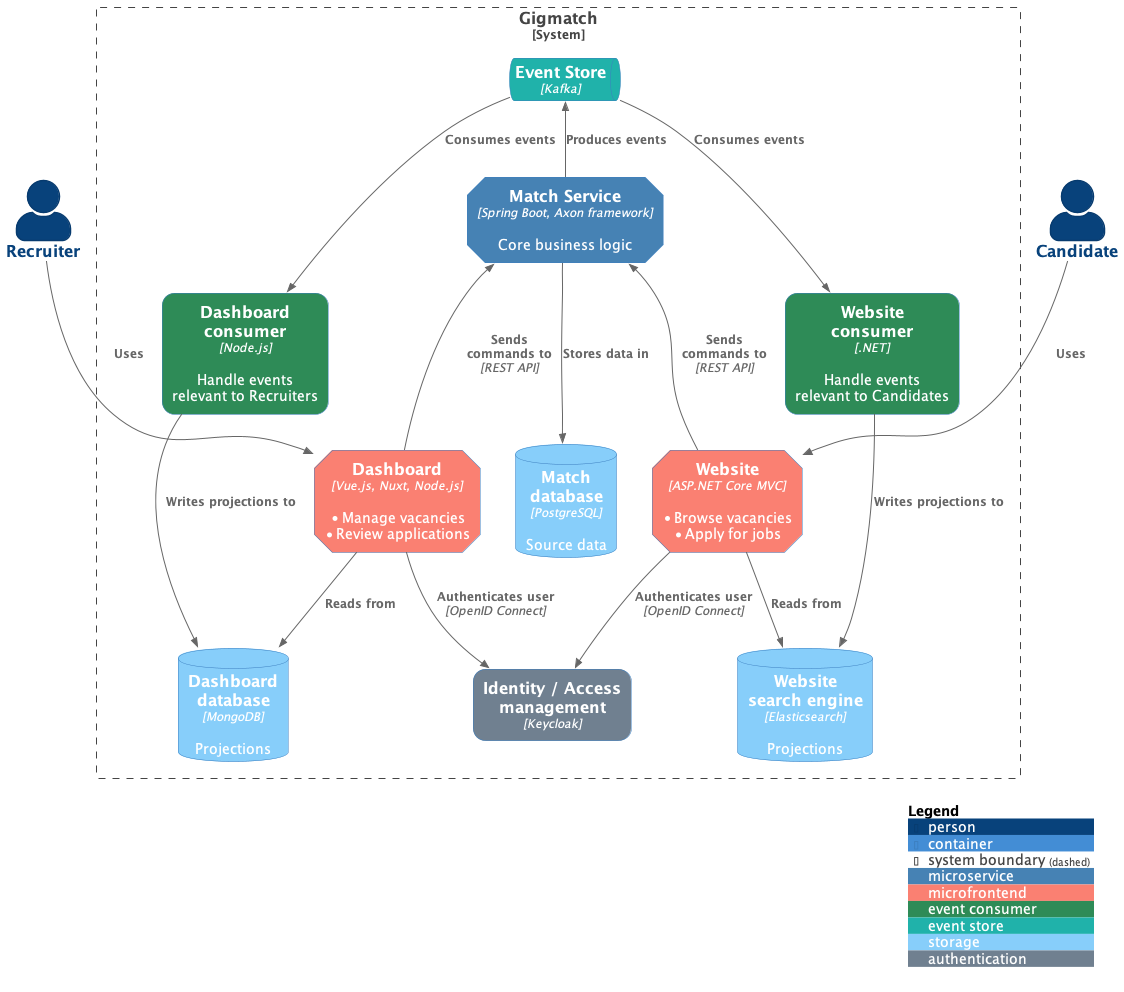
Above: diagrams/overview.png in laurens-runnable/gigmatch (PlantUML), before the change.
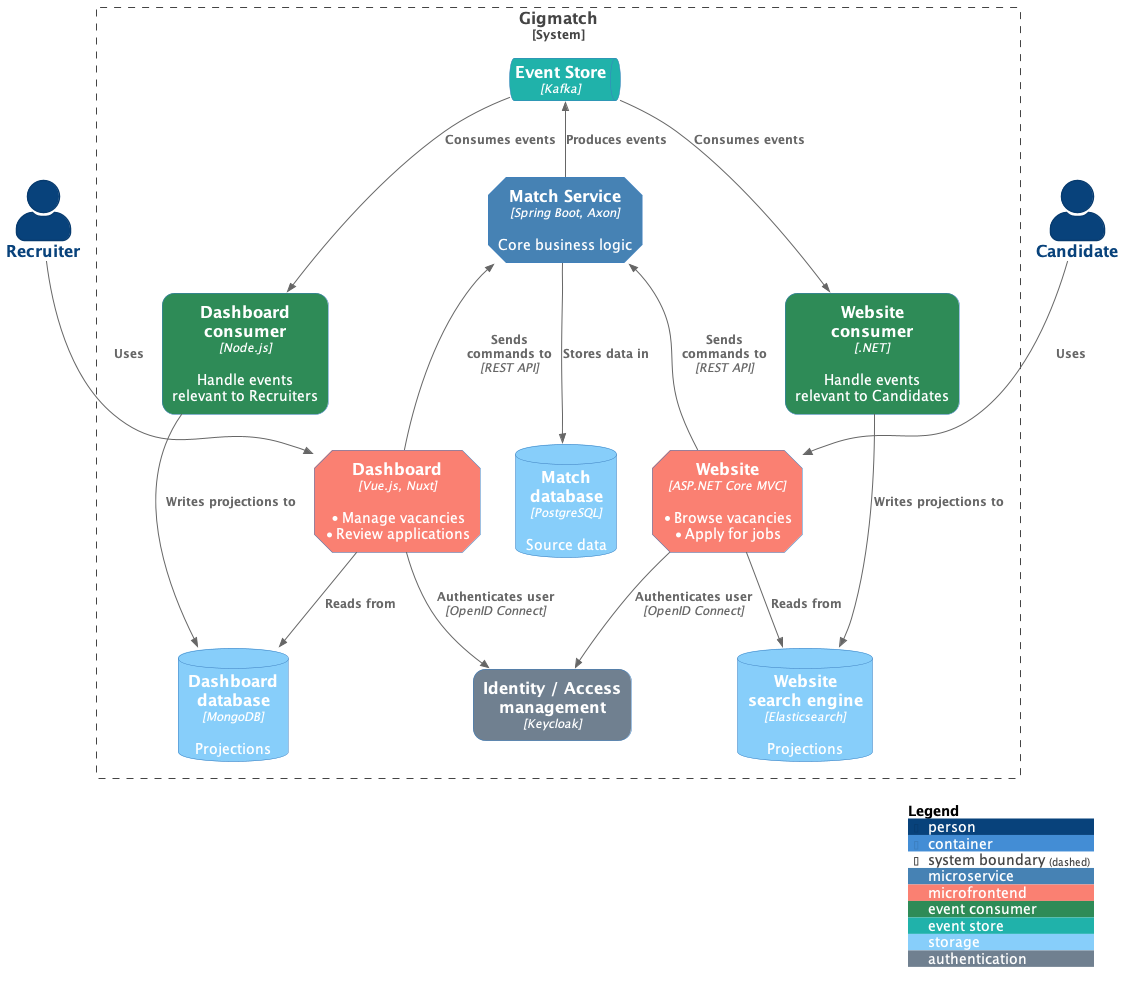
Later version of the same file.

Diff of the diagram source:
```diff
@@ -16,11 +16,11 @@
 System_Boundary(c1, "Gigmatch") {
     ContainerQueue(event_store, "Event Store", "Kafka", $tags = "eventstore")
 
-    Container(dashboard, "Dashboard", "Vue.js, Nuxt, Node.js", "* Manage vacancies\n*Review applications", $tags = "microfrontend")
+    Container(dashboard, "Dashboard", "Vue.js, Nuxt", "* Manage vacancies\n*Review applications", $tags = "microfrontend")
     Container(dashboard_consumer, "Dashboard\nconsumer", "Node.js", "Handle events\nrelevant to Recruiters", $tags = "consumer")
     ContainerDb(dashboard_projections, "Dashboard\ndatabase", "MongoDB", "Projections", $tags = "storage")
 
-    Container(match_service, "Match Service", "Spring Boot, Axon framework", "Core business logic", $tags = "microservice")
+    Container(match_service, "Match Service", "Spring Boot, Axon", "Core business logic", $tags = "microservice")
     ContainerDb(match_db, "Match\ndatabase", "PostgreSQL", "Source data", $tags = "storage")
 
     Container(website_consumer, "Website\nconsumer", ".NET", "Handle events\nrelevant to Candidates", $tags = "consumer")
```
